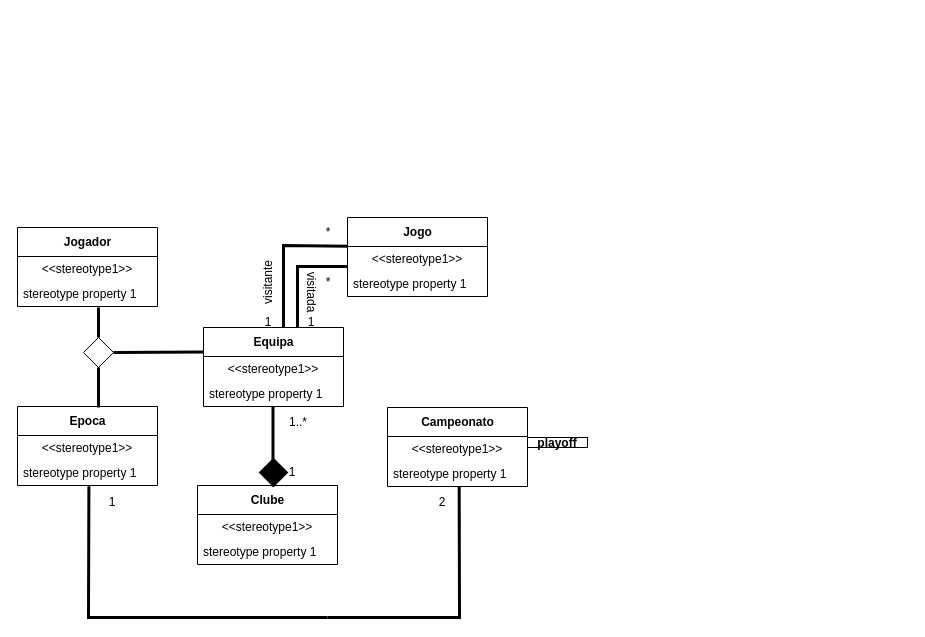
ValterCastro/FEUP-BD keeps this draw.io diagram as uml_diagram.drawio. Above is the earlier version. Source tidied: cells renumbered, new cells numbered last; positions are measured from the earlier drawing's top-left corner, leaving out a move shared by most shapes. Both pictures are drawn from the tidied source at 100%, with x=0, y=0 at pixel (17, 217).
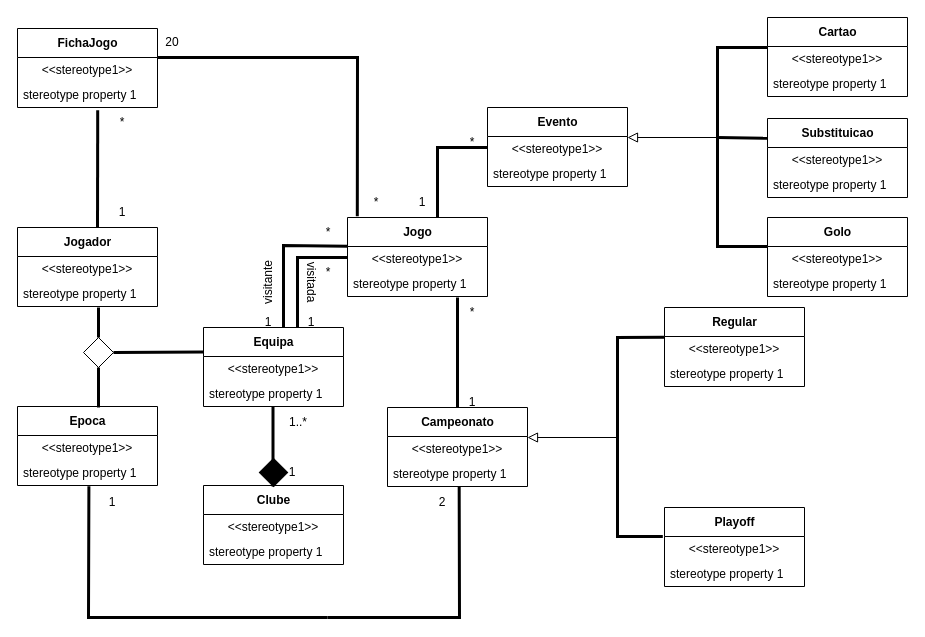
The same diagram, later.

Commit message:
Changed uml_diagram, new classes: Regular, Playoff; Evento, Cartao, Substituicao, Golo; FichaJogo

Unchanged cells that the change refers to:
```xml
<mxCell id="2" style="group;" parent="1" vertex="1">
  <mxGeometry width="510" height="400" as="geometry" />
</mxCell>
<mxCell id="6" style="group;" parent="2" vertex="1">
  <mxGeometry y="10" width="326" height="337" as="geometry" />
</mxCell>
<mxCell id="35" value="Jogo" style="swimlane;fontStyle=1;align=center;verticalAlign=middle;horizontal=1;startSize=29;html=1;" parent="2" vertex="1">
  <mxGeometry x="330" width="140" height="79" as="geometry" />
</mxCell>
<mxCell id="36" value="&amp;lt;&amp;lt;stereotype1&amp;gt;&amp;gt;" style="text;html=1;strokeColor=none;fillColor=none;align=center;verticalAlign=middle;spacingLeft=4;spacingRight=4;overflow=hidden;points=[[0,0.5],[1,0.5]];portConstraint=eastwest;" parent="35" vertex="1">
  <mxGeometry y="29" width="140" height="25" as="geometry" />
</mxCell>
```

Change to the diagram source:
```diff
@@
     <mxCell id="20" value="Clube" style="swimlane;fontStyle=1;align=center;verticalAlign=middle;horizontal=1;startSize=29;html=1;" parent="6" vertex="1">
-      <mxGeometry x="180" y="258" width="140" height="79" as="geometry" />
+      <mxGeometry x="186" y="258" width="140" height="79" as="geometry" />
     </mxCell>
@@
     <mxCell id="30" value="*" style="text;html=1;strokeColor=none;fillColor=none;align=center;verticalAlign=middle;whiteSpace=wrap;rounded=0;" parent="6" vertex="1">
-      <mxGeometry x="296" y="50" width="30" height="10" as="geometry" />
+      <mxGeometry x="296" y="40" width="30" height="10" as="geometry" />
     </mxCell>
@@
     <mxCell id="33" value="visitada" style="text;html=1;strokeColor=none;fillColor=none;align=center;verticalAlign=middle;whiteSpace=wrap;rounded=0;rotation=90;" parent="6" vertex="1">
-      <mxGeometry x="279" y="60" width="30" height="10" as="geometry" />
+      <mxGeometry x="279" y="50" width="30" height="10" as="geometry" />
     </mxCell>
@@
+    <mxCell id="43" style="endArrow=none;startArrow=none;endFill=0;startFill=0;endSize=8;html=1;verticalAlign=bottom;labelBackgroundColor=none;strokeWidth=3;rounded=0;" parent="35" edge="1">
+      <mxGeometry relative="1" as="geometry">
+        <mxPoint x="110" y="80" as="sourcePoint" />
+        <mxPoint x="110" y="190" as="targetPoint" />
+      </mxGeometry>
+    </mxCell>
@@
-    <mxCell id="38" style="endArrow=none;startArrow=none;endFill=0;startFill=0;endSize=8;html=1;verticalAlign=bottom;labelBackgroundColor=none;strokeWidth=3;rounded=0;exitX=0.003;exitY=0.804;exitDx=0;exitDy=0;exitPerimeter=0;" parent="2" edge="1" source="36">
+    <mxCell id="38" style="endArrow=none;startArrow=none;endFill=0;startFill=0;endSize=8;html=1;verticalAlign=bottom;labelBackgroundColor=none;strokeWidth=3;rounded=0;" parent="2" edge="1">
       <mxGeometry relative="1" as="geometry">
+        <mxPoint x="330" y="40" as="sourcePoint" />
         <mxPoint x="280" y="110" as="targetPoint" />
         <Array as="points">
-          <mxPoint x="280" y="49" />
+          <mxPoint x="280" y="40" />
         </Array>
       </mxGeometry>
     </mxCell>
@@
-    <mxCell id="42" value="playoff" style="fontStyle=1;" parent="1" vertex="1">
-      <mxGeometry x="510" y="220" width="60" height="10" as="geometry" />
-    </mxCell>
+    <mxCell id="44" value="*" style="text;html=1;strokeColor=none;fillColor=none;align=center;verticalAlign=middle;whiteSpace=wrap;rounded=0;" parent="2" vertex="1">
+      <mxGeometry x="440" y="90" width="30" height="10" as="geometry" />
+    </mxCell>
+    <mxCell id="45" value="1" style="text;html=1;strokeColor=none;fillColor=none;align=center;verticalAlign=middle;whiteSpace=wrap;rounded=0;" parent="2" vertex="1">
+      <mxGeometry x="440" y="180" width="30" height="10" as="geometry" />
+    </mxCell>
+    <mxCell id="46" value="1" style="text;html=1;strokeColor=none;fillColor=none;align=center;verticalAlign=middle;whiteSpace=wrap;rounded=0;" parent="2" vertex="1">
+      <mxGeometry x="90" y="-10" width="30" height="10" as="geometry" />
+    </mxCell>
+    <mxCell id="47" style="endArrow=block;html=1;rounded=0;align=center;verticalAlign=bottom;endFill=0;labelBackgroundColor=none;endSize=8;" parent="1" edge="1">
+      <mxGeometry x="1" y="73" relative="1" as="geometry">
+        <mxPoint x="600" y="220" as="sourcePoint" />
+        <mxPoint x="510" y="220" as="targetPoint" />
+        <mxPoint x="20" y="3" as="offset" />
+      </mxGeometry>
+    </mxCell>
+    <mxCell id="48" style="html=1;align=center;verticalAlign=top;labelBackgroundColor=none;" parent="47" vertex="1">
+      <mxGeometry relative="1" as="geometry" />
+    </mxCell>
+    <mxCell id="49" style="endArrow=none;startArrow=none;endFill=0;startFill=0;endSize=8;html=1;verticalAlign=bottom;labelBackgroundColor=none;strokeWidth=3;rounded=0;exitX=0.003;exitY=0.033;exitDx=0;exitDy=0;exitPerimeter=0;entryX=-0.012;entryY=0.004;entryDx=0;entryDy=0;entryPerimeter=0;" parent="1" edge="1" source="51" target="54">
+      <mxGeometry relative="1" as="geometry">
+        <Array as="points">
+          <mxPoint x="600" y="120" />
+          <mxPoint x="600" y="319" />
+        </Array>
+      </mxGeometry>
+    </mxCell>
+    <mxCell id="50" value="Regular" style="swimlane;fontStyle=1;align=center;verticalAlign=middle;horizontal=1;startSize=29;html=1;" parent="1" vertex="1">
+      <mxGeometry x="647" y="90" width="140" height="79" as="geometry" />
+    </mxCell>
+    <mxCell id="51" value="&amp;lt;&amp;lt;stereotype1&amp;gt;&amp;gt;" style="text;html=1;strokeColor=none;fillColor=none;align=center;verticalAlign=middle;spacingLeft=4;spacingRight=4;overflow=hidden;points=[[0,0.5],[1,0.5]];portConstraint=eastwest;" parent="50" vertex="1">
+      <mxGeometry y="29" width="140" height="25" as="geometry" />
+    </mxCell>
+    <mxCell id="52" value="stereotype property 1" style="text;html=1;strokeColor=none;fillColor=none;align=left;verticalAlign=middle;spacingLeft=4;spacingRight=4;overflow=hidden;" parent="50" vertex="1">
+      <mxGeometry y="54" width="140" height="25" as="geometry" />
+    </mxCell>
+    <mxCell id="53" value="Playoff" style="swimlane;fontStyle=1;align=center;verticalAlign=middle;horizontal=1;startSize=29;html=1;" parent="1" vertex="1">
+      <mxGeometry x="647" y="290" width="140" height="79" as="geometry" />
+    </mxCell>
+    <mxCell id="54" value="&amp;lt;&amp;lt;stereotype1&amp;gt;&amp;gt;" style="text;html=1;strokeColor=none;fillColor=none;align=center;verticalAlign=middle;spacingLeft=4;spacingRight=4;overflow=hidden;points=[[0,0.5],[1,0.5]];portConstraint=eastwest;" parent="53" vertex="1">
+      <mxGeometry y="29" width="140" height="25" as="geometry" />
+    </mxCell>
+    <mxCell id="55" value="stereotype property 1" style="text;html=1;strokeColor=none;fillColor=none;align=left;verticalAlign=middle;spacingLeft=4;spacingRight=4;overflow=hidden;" parent="53" vertex="1">
+      <mxGeometry y="54" width="140" height="25" as="geometry" />
+    </mxCell>
+    <mxCell id="56" value="Evento" style="swimlane;fontStyle=1;align=center;verticalAlign=middle;horizontal=1;startSize=29;html=1;" parent="1" vertex="1">
+      <mxGeometry x="470" y="-110" width="140" height="79" as="geometry" />
+    </mxCell>
+    <mxCell id="57" value="&amp;lt;&amp;lt;stereotype1&amp;gt;&amp;gt;" style="text;html=1;strokeColor=none;fillColor=none;align=center;verticalAlign=middle;spacingLeft=4;spacingRight=4;overflow=hidden;" parent="56" vertex="1">
+      <mxGeometry y="29" width="140" height="25" as="geometry" />
+    </mxCell>
+    <mxCell id="58" value="stereotype property 1" style="text;html=1;strokeColor=none;fillColor=none;align=left;verticalAlign=middle;spacingLeft=4;spacingRight=4;overflow=hidden;" parent="56" vertex="1">
+      <mxGeometry y="54" width="140" height="25" as="geometry" />
+    </mxCell>
+    <mxCell id="59" style="endArrow=none;startArrow=none;endFill=0;startFill=0;endSize=8;html=1;verticalAlign=bottom;labelBackgroundColor=none;strokeWidth=3;rounded=0;" parent="1" edge="1">
+      <mxGeometry relative="1" as="geometry">
+        <mxPoint x="470" y="-70" as="sourcePoint" />
+        <mxPoint x="420" as="targetPoint" />
+        <Array as="points">
+          <mxPoint x="420" y="-70" />
+        </Array>
+      </mxGeometry>
+    </mxCell>
+    <mxCell id="60" style="endArrow=block;html=1;rounded=0;align=center;verticalAlign=bottom;endFill=0;labelBackgroundColor=none;endSize=8;" parent="1" edge="1">
+      <mxGeometry x="1" y="73" relative="1" as="geometry">
+        <mxPoint x="700" y="-80" as="sourcePoint" />
+        <mxPoint x="610" y="-80" as="targetPoint" />
+        <mxPoint x="20" y="3" as="offset" />
+      </mxGeometry>
+    </mxCell>
+    <mxCell id="61" style="html=1;align=center;verticalAlign=top;labelBackgroundColor=none;" parent="60" vertex="1">
+      <mxGeometry relative="1" as="geometry" />
+    </mxCell>
+    <mxCell id="62" style="endArrow=none;startArrow=none;endFill=0;startFill=0;endSize=8;html=1;verticalAlign=bottom;labelBackgroundColor=none;strokeWidth=3;rounded=0;" parent="1" edge="1">
+      <mxGeometry relative="1" as="geometry">
+        <mxPoint x="750" y="-170" as="sourcePoint" />
+        <mxPoint x="750" y="29" as="targetPoint" />
+        <Array as="points">
+          <mxPoint x="700" y="-170" />
+          <mxPoint x="700" y="-80" />
+          <mxPoint x="700" y="29" />
+        </Array>
+      </mxGeometry>
+    </mxCell>
+    <mxCell id="63" value="FichaJogo" style="swimlane;fontStyle=1;align=center;verticalAlign=middle;horizontal=1;startSize=29;html=1;" parent="1" vertex="1">
+      <mxGeometry y="-189" width="140" height="79" as="geometry" />
+    </mxCell>
+    <mxCell id="64" value="&amp;lt;&amp;lt;stereotype1&amp;gt;&amp;gt;" style="text;html=1;strokeColor=none;fillColor=none;align=center;verticalAlign=middle;spacingLeft=4;spacingRight=4;overflow=hidden;" parent="63" vertex="1">
+      <mxGeometry y="29" width="140" height="25" as="geometry" />
+    </mxCell>
+    <mxCell id="65" value="stereotype property 1" style="text;html=1;strokeColor=none;fillColor=none;align=left;verticalAlign=middle;spacingLeft=4;spacingRight=4;overflow=hidden;points=[[0,0.5],[1,0.5]];portConstraint=eastwest;" parent="63" vertex="1">
+      <mxGeometry y="54" width="140" height="25" as="geometry" />
+    </mxCell>
+    <mxCell id="66" style="endArrow=none;startArrow=none;endFill=0;startFill=0;endSize=8;html=1;verticalAlign=bottom;labelBackgroundColor=none;strokeWidth=3;rounded=0;exitX=0.573;exitY=1.105;exitDx=0;exitDy=0;exitPerimeter=0;" parent="1" edge="1" source="65">
+      <mxGeometry relative="1" as="geometry">
+        <mxPoint x="80" y="10" as="targetPoint" />
+      </mxGeometry>
+    </mxCell>
+    <mxCell id="67" style="endArrow=none;startArrow=none;endFill=0;startFill=0;endSize=8;html=1;verticalAlign=bottom;labelBackgroundColor=none;strokeWidth=3;rounded=0;entryX=0.07;entryY=-0.015;entryDx=0;entryDy=0;entryPerimeter=0;" parent="1" edge="1" target="35">
+      <mxGeometry relative="1" as="geometry">
+        <mxPoint x="140" y="-160" as="sourcePoint" />
+        <Array as="points">
+          <mxPoint x="340" y="-160" />
+        </Array>
+      </mxGeometry>
+    </mxCell>
+    <mxCell id="68" value="*" style="text;html=1;strokeColor=none;fillColor=none;align=center;verticalAlign=middle;whiteSpace=wrap;rounded=0;" parent="1" vertex="1">
+      <mxGeometry x="90" y="-100" width="30" height="10" as="geometry" />
+    </mxCell>
+    <mxCell id="69" value="20" style="text;html=1;strokeColor=none;fillColor=none;align=center;verticalAlign=middle;whiteSpace=wrap;rounded=0;" parent="1" vertex="1">
+      <mxGeometry x="140" y="-180" width="30" height="10" as="geometry" />
+    </mxCell>
+    <mxCell id="70" value="*" style="text;html=1;strokeColor=none;fillColor=none;align=center;verticalAlign=middle;whiteSpace=wrap;rounded=0;" parent="1" vertex="1">
+      <mxGeometry x="344" y="-20" width="30" height="10" as="geometry" />
+    </mxCell>
+    <mxCell id="71" value="Cartao" style="swimlane;fontStyle=1;align=center;verticalAlign=middle;horizontal=1;startSize=29;html=1;" parent="1" vertex="1">
+      <mxGeometry x="750" y="-200" width="140" height="79" as="geometry" />
+    </mxCell>
+    <mxCell id="72" value="&amp;lt;&amp;lt;stereotype1&amp;gt;&amp;gt;" style="text;html=1;strokeColor=none;fillColor=none;align=center;verticalAlign=middle;spacingLeft=4;spacingRight=4;overflow=hidden;" parent="71" vertex="1">
+      <mxGeometry y="29" width="140" height="25" as="geometry" />
+    </mxCell>
+    <mxCell id="73" value="stereotype property 1" style="text;html=1;strokeColor=none;fillColor=none;align=left;verticalAlign=middle;spacingLeft=4;spacingRight=4;overflow=hidden;" parent="71" vertex="1">
+      <mxGeometry y="54" width="140" height="25" as="geometry" />
+    </mxCell>
+    <mxCell id="74" value="Golo" style="swimlane;fontStyle=1;align=center;verticalAlign=middle;horizontal=1;startSize=29;html=1;" parent="1" vertex="1">
+      <mxGeometry x="750" width="140" height="79" as="geometry" />
+    </mxCell>
+    <mxCell id="75" value="&amp;lt;&amp;lt;stereotype1&amp;gt;&amp;gt;" style="text;html=1;strokeColor=none;fillColor=none;align=center;verticalAlign=middle;spacingLeft=4;spacingRight=4;overflow=hidden;" parent="74" vertex="1">
+      <mxGeometry y="29" width="140" height="25" as="geometry" />
+    </mxCell>
+    <mxCell id="76" value="stereotype property 1" style="text;html=1;strokeColor=none;fillColor=none;align=left;verticalAlign=middle;spacingLeft=4;spacingRight=4;overflow=hidden;" parent="74" vertex="1">
+      <mxGeometry y="54" width="140" height="25" as="geometry" />
+    </mxCell>
+    <mxCell id="77" value="Substituicao" style="swimlane;fontStyle=1;align=center;verticalAlign=middle;horizontal=1;startSize=29;html=1;" parent="1" vertex="1">
+      <mxGeometry x="750" y="-99" width="140" height="79" as="geometry" />
+    </mxCell>
+    <mxCell id="78" value="&amp;lt;&amp;lt;stereotype1&amp;gt;&amp;gt;" style="text;html=1;strokeColor=none;fillColor=none;align=center;verticalAlign=middle;spacingLeft=4;spacingRight=4;overflow=hidden;" parent="77" vertex="1">
+      <mxGeometry y="29" width="140" height="25" as="geometry" />
+    </mxCell>
+    <mxCell id="79" value="stereotype property 1" style="text;html=1;strokeColor=none;fillColor=none;align=left;verticalAlign=middle;spacingLeft=4;spacingRight=4;overflow=hidden;" parent="77" vertex="1">
+      <mxGeometry y="54" width="140" height="25" as="geometry" />
+    </mxCell>
+    <mxCell id="80" style="endArrow=none;startArrow=none;endFill=0;startFill=0;endSize=8;html=1;verticalAlign=bottom;labelBackgroundColor=none;strokeWidth=3;rounded=0;entryX=0;entryY=0.25;entryDx=0;entryDy=0;" parent="1" edge="1" target="77">
+      <mxGeometry relative="1" as="geometry">
+        <mxPoint x="700" y="-80" as="sourcePoint" />
+      </mxGeometry>
+    </mxCell>
+    <mxCell id="81" value="*" style="text;html=1;strokeColor=none;fillColor=none;align=center;verticalAlign=middle;whiteSpace=wrap;rounded=0;" parent="1" vertex="1">
+      <mxGeometry x="440" y="-80" width="30" height="10" as="geometry" />
+    </mxCell>
+    <mxCell id="82" value="1" style="text;html=1;strokeColor=none;fillColor=none;align=center;verticalAlign=middle;whiteSpace=wrap;rounded=0;" parent="1" vertex="1">
+      <mxGeometry x="390" y="-20" width="30" height="10" as="geometry" />
+    </mxCell>
```
